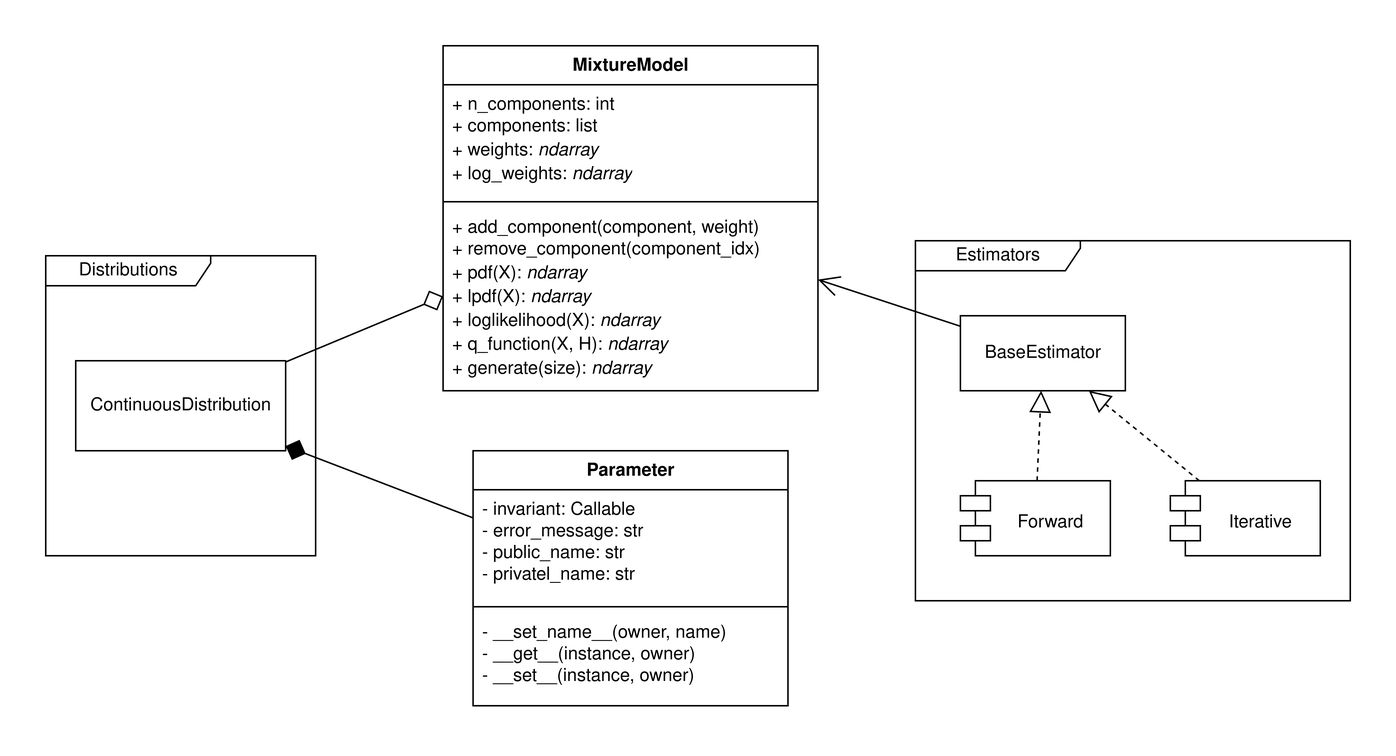
Earlier version of the draw.io export _images/core.png (PySATL/rework-pysatl-mpest). Source tidied: cells renumbered, new cells last; positions are measured from the earlier drawing's top-left corner, leaving out a move shared by most shapes.
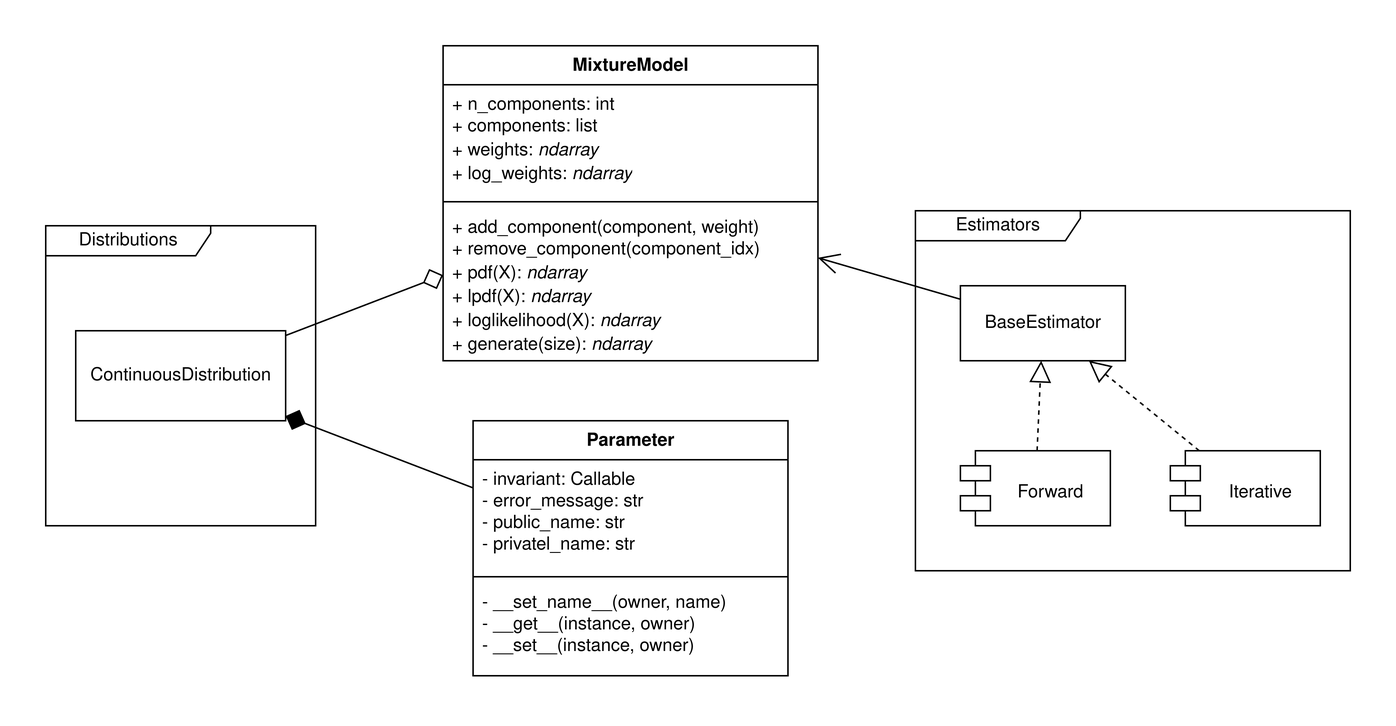
The same file after the commit.

Change to the diagram source:
```diff
@@ -48,7 +48,7 @@
       <mxGeometry y="108" width="210" height="62" as="geometry" />
     </mxCell>
     <mxCell id="17" value="MixtureModel" style="swimlane;fontStyle=1;align=center;verticalAlign=top;horizontal=1;startSize=26;whiteSpace=wrap;html=1;" parent="1" vertex="1">
-      <mxGeometry x="265" width="250" height="230" as="geometry" />
+      <mxGeometry x="265" y="20" width="250" height="210" as="geometry" />
     </mxCell>
     <mxCell id="18" value="&lt;div&gt;+ n_components: int&lt;/div&gt;&lt;div&gt;+ components: list&lt;/div&gt;&lt;div&gt;+ weights:&amp;nbsp;&lt;i&gt;ndarray&lt;/i&gt;&lt;/div&gt;&lt;div&gt;+ log_weights:&amp;nbsp;&lt;i&gt;ndarray&lt;/i&gt;&lt;/div&gt;" style="text;strokeColor=none;fillColor=none;align=left;verticalAlign=top;spacingLeft=4;spacingRight=4;overflow=hidden;whiteSpace=wrap;html=1;" parent="17" vertex="1">
       <mxGeometry y="26" width="250" height="74" as="geometry" />
@@ -56,8 +56,8 @@
     <mxCell id="19" style="line;strokeWidth=1;fillColor=none;align=left;verticalAlign=middle;spacingTop=-1;spacingLeft=3;spacingRight=3;labelPosition=right;strokeColor=inherit;" parent="17" vertex="1">
       <mxGeometry y="100" width="250" height="8" as="geometry" />
     </mxCell>
-    <mxCell id="20" value="&lt;div&gt;+ add_component(component, weight)&lt;/div&gt;&lt;div&gt;+ remove_component(component_idx)&lt;/div&gt;&lt;div&gt;+ pdf(X):&amp;nbsp;&lt;i&gt;ndarray&lt;/i&gt;&lt;/div&gt;&lt;div&gt;+ lpdf(X):&amp;nbsp;&lt;i&gt;ndarray&lt;/i&gt;&lt;/div&gt;&lt;div&gt;&lt;div&gt;&lt;div&gt;+ loglikelihood(X):&amp;nbsp;&lt;i&gt;ndarray&lt;/i&gt;&lt;/div&gt;&lt;div&gt;+ q_function(X, H):&amp;nbsp;&lt;i&gt;ndarray&lt;/i&gt;&lt;/div&gt;&lt;/div&gt;&lt;/div&gt;&lt;div&gt;+ generate(size):&amp;nbsp;&lt;i&gt;ndarray&lt;/i&gt;&lt;/div&gt;" style="text;strokeColor=none;fillColor=none;align=left;verticalAlign=top;spacingLeft=4;spacingRight=4;overflow=hidden;whiteSpace=wrap;html=1;" parent="17" vertex="1">
-      <mxGeometry y="108" width="250" height="122" as="geometry" />
+    <mxCell id="20" value="&lt;div&gt;+ add_component(component, weight)&lt;/div&gt;&lt;div&gt;+ remove_component(component_idx)&lt;/div&gt;&lt;div&gt;+ pdf(X):&amp;nbsp;&lt;i&gt;ndarray&lt;/i&gt;&lt;/div&gt;&lt;div&gt;+ lpdf(X):&amp;nbsp;&lt;i&gt;ndarray&lt;/i&gt;&lt;/div&gt;&lt;div&gt;&lt;div&gt;&lt;div&gt;+ loglikelihood(X):&amp;nbsp;&lt;i&gt;ndarray&lt;/i&gt;&lt;/div&gt;&lt;/div&gt;&lt;/div&gt;&lt;div&gt;+ generate(size):&amp;nbsp;&lt;i&gt;ndarray&lt;/i&gt;&lt;/div&gt;" style="text;strokeColor=none;fillColor=none;align=left;verticalAlign=top;spacingLeft=4;spacingRight=4;overflow=hidden;whiteSpace=wrap;html=1;" parent="17" vertex="1">
+      <mxGeometry y="108" width="250" height="102" as="geometry" />
     </mxCell>
   </root>
 </mxGraphModel>
```
